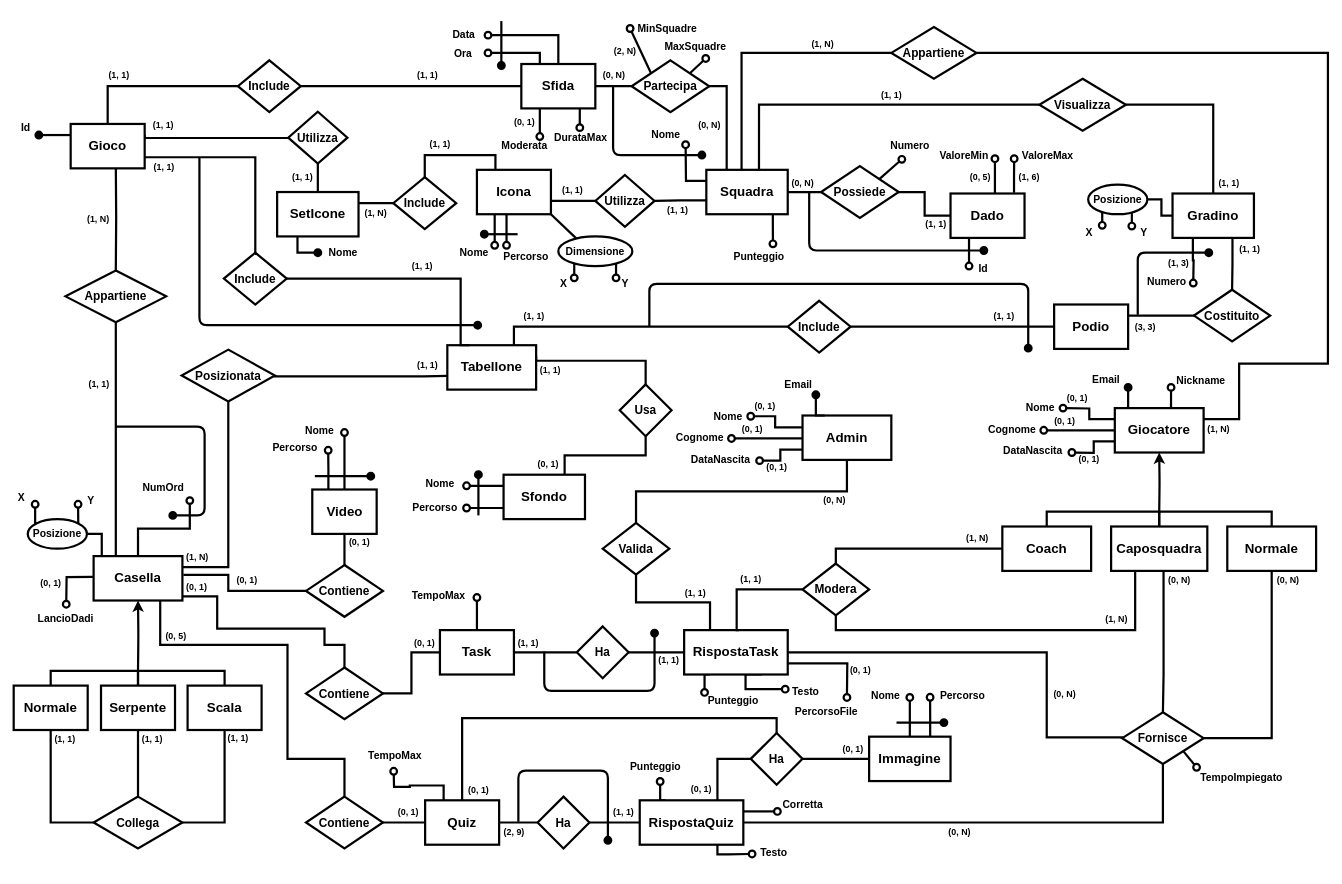
The draw.io diagram Progetto concettuale/Schema ER.drawio in lorenzobilli/BD-project, before the edit. Source tidied: cells renumbered, new cells numbered last; positions are measured from the earlier drawing's top-left corner, leaving out a move shared by most shapes. Both pictures are drawn from the tidied source at 74%, with x=0, y=0 at pixel (13, 20).
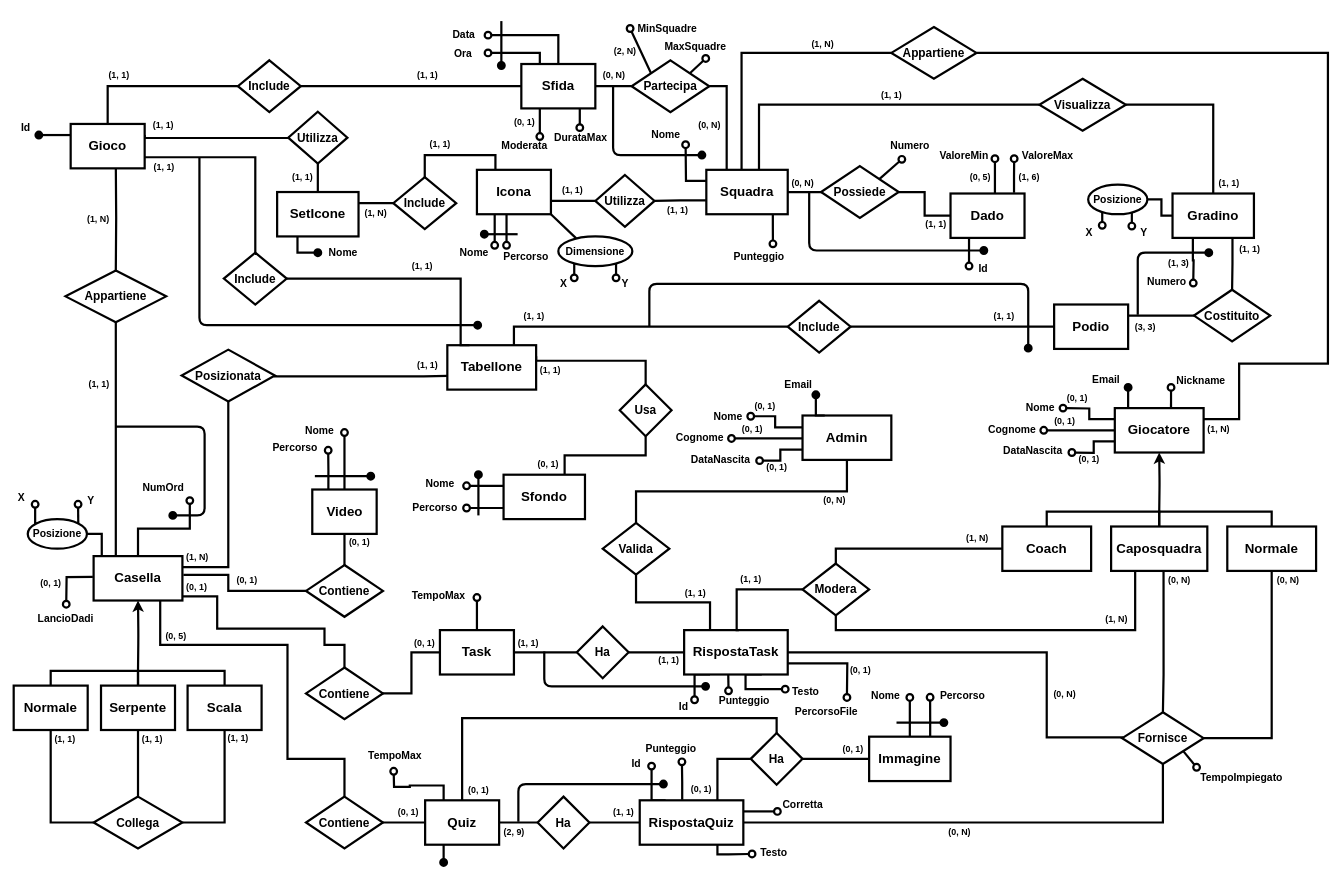
The same page after the edit.

Commit message (it also covers changes not shown here):
Added missing primary keys for "Quiz" and "Task" entities

Unchanged cells that the change refers to:
```xml
<mxCell id="34" value="Quiz" style="rounded=0;whiteSpace=wrap;html=1;strokeWidth=3;fontSize=18;shadow=0;fontStyle=1;" parent="1" vertex="1">
  <mxGeometry x="556" y="1054" width="100" height="60" as="geometry" />
</mxCell>
<mxCell id="49" value="RispostaQuiz" style="rounded=0;whiteSpace=wrap;html=1;strokeWidth=3;fontSize=18;shadow=0;fontStyle=1;" parent="1" vertex="1">
  <mxGeometry x="846" y="1054" width="140" height="60" as="geometry" />
</mxCell>
<mxCell id="108" value="RispostaTask" style="rounded=0;whiteSpace=wrap;html=1;strokeWidth=3;fontSize=18;shadow=0;fontStyle=1;" parent="1" vertex="1">
  <mxGeometry x="906" y="824" width="140" height="60" as="geometry" />
</mxCell>
```

Diff of the diagram source:
```diff
@@
+    <mxCell id="293" style="edgeStyle=orthogonalEdgeStyle;rounded=0;jettySize=auto;html=1;exitX=0.25;exitY=1;exitDx=0;exitDy=0;endArrow=oval;endFill=1;strokeWidth=3;endSize=9;" parent="1" edge="1" source="34">
+      <mxGeometry relative="1" as="geometry">
+        <mxPoint x="581" y="1138" as="targetPoint" />
+      </mxGeometry>
+    </mxCell>
@@
-    <mxCell id="46" style="edgeStyle=orthogonalEdgeStyle;rounded=0;jettySize=auto;html=1;exitX=0.25;exitY=0;exitDx=0;exitDy=0;fontSize=14;startArrow=none;startFill=0;endArrow=oval;endFill=0;startSize=9;endSize=9;strokeWidth=3;" parent="1" edge="1" source="49">
+    <mxCell id="46" style="edgeStyle=orthogonalEdgeStyle;rounded=0;jettySize=auto;html=1;exitX=0.41;exitY=-0.01;exitDx=0;exitDy=0;fontSize=14;startArrow=none;startFill=0;endArrow=oval;endFill=0;startSize=9;endSize=9;strokeWidth=3;exitPerimeter=0;" parent="1" edge="1" source="49">
       <mxGeometry relative="1" as="geometry">
-        <mxPoint x="873.6" y="1028.6" as="targetPoint" />
+        <mxPoint x="903" y="1002" as="targetPoint" />
+        <Array as="points">
+          <mxPoint x="903" y="1029" />
+        </Array>
       </mxGeometry>
     </mxCell>
@@
+    <mxCell id="294" style="edgeStyle=orthogonalEdgeStyle;rounded=0;jettySize=auto;html=1;exitX=0.25;exitY=0;exitDx=0;exitDy=0;endArrow=oval;endFill=0;endSize=9;strokeWidth=3;" parent="1" edge="1" source="49">
+      <mxGeometry relative="1" as="geometry">
+        <mxPoint x="862" y="1007.8" as="targetPoint" />
+        <Array as="points">
+          <mxPoint x="862" y="1054" />
+        </Array>
+      </mxGeometry>
+    </mxCell>
@@
-    <mxCell id="105" style="edgeStyle=orthogonalEdgeStyle;rounded=0;jettySize=auto;html=1;exitX=0.25;exitY=1;exitDx=0;exitDy=0;fontSize=14;startArrow=none;startFill=0;endArrow=oval;endFill=0;startSize=9;endSize=9;strokeWidth=3;" parent="1" edge="1" source="108">
+    <mxCell id="105" style="edgeStyle=orthogonalEdgeStyle;rounded=0;jettySize=auto;html=1;exitX=0.426;exitY=1.008;exitDx=0;exitDy=0;fontSize=14;startArrow=none;startFill=0;endArrow=oval;endFill=0;startSize=9;endSize=9;strokeWidth=3;exitPerimeter=0;" parent="1" edge="1" source="108">
       <mxGeometry relative="1" as="geometry">
-        <mxPoint x="933.6" y="908.2" as="targetPoint" />
+        <mxPoint x="966" y="906" as="targetPoint" />
       </mxGeometry>
     </mxCell>
@@
+    <mxCell id="295" style="edgeStyle=orthogonalEdgeStyle;rounded=0;jettySize=auto;html=1;exitX=0.25;exitY=1;exitDx=0;exitDy=0;endArrow=oval;endFill=0;endSize=9;strokeWidth=3;" parent="1" edge="1" source="108">
+      <mxGeometry relative="1" as="geometry">
+        <mxPoint x="920.1" y="918.1" as="targetPoint" />
+      </mxGeometry>
+    </mxCell>
@@
     <mxCell id="188" style="endArrow=oval;html=1;fontSize=14;startSize=9;endSize=9;strokeWidth=3;edgeStyle=orthogonalEdgeStyle;endFill=1;" parent="1" edge="1">
       <mxGeometry relative="1" as="geometry">
         <mxPoint x="717" y="853" as="sourcePoint" />
-        <mxPoint x="866" y="828" as="targetPoint" />
+        <mxPoint x="935" y="900" as="targetPoint" />
         <Array as="points">
-          <mxPoint x="717" y="906" />
-          <mxPoint x="866" y="906" />
+          <mxPoint x="717" y="900" />
+          <mxPoint x="866" y="900" />
         </Array>
       </mxGeometry>
     </mxCell>
     <mxCell id="189" style="endArrow=oval;html=1;fontSize=14;startSize=9;endSize=9;strokeWidth=3;edgeStyle=orthogonalEdgeStyle;endFill=1;" parent="1" edge="1">
       <mxGeometry relative="1" as="geometry">
         <mxPoint x="682" y="1083" as="sourcePoint" />
-        <mxPoint x="803" y="1108" as="targetPoint" />
+        <mxPoint x="878" y="1032" as="targetPoint" />
         <Array as="points">
-          <mxPoint x="682" y="1014" />
-          <mxPoint x="803" y="1014" />
-          <mxPoint x="803" y="1108" />
+          <mxPoint x="682" y="1032" />
+          <mxPoint x="803" y="1032" />
         </Array>
       </mxGeometry>
     </mxCell>
     <mxCell id="190" value="&lt;b&gt;Punteggio&lt;/b&gt;" style="text;html=1;align=center;verticalAlign=middle;strokeColor=none;fillColor=none;fontSize=14;" parent="1" vertex="1">
-      <mxGeometry x="932" y="909" width="79" height="21" as="geometry" />
+      <mxGeometry x="947.5" y="909" width="79" height="21" as="geometry" />
     </mxCell>
     <mxCell id="191" value="&lt;b&gt;Punteggio&lt;/b&gt;" style="text;html=1;align=center;verticalAlign=middle;strokeColor=none;fillColor=none;fontSize=14;" parent="1" vertex="1">
-      <mxGeometry x="827" y="998" width="79" height="21" as="geometry" />
+      <mxGeometry x="848" y="973.5" width="79" height="21" as="geometry" />
     </mxCell>
@@
+    <mxCell id="296" value="&lt;b&gt;Id&lt;/b&gt;" style="text;html=1;align=center;verticalAlign=middle;strokeColor=none;fillColor=none;fontSize=14;" parent="1" vertex="1">
+      <mxGeometry x="829.5" y="994.5" width="23" height="21" as="geometry" />
+    </mxCell>
+    <mxCell id="297" value="&lt;b&gt;Id&lt;/b&gt;" style="text;html=1;align=center;verticalAlign=middle;strokeColor=none;fillColor=none;fontSize=14;" parent="1" vertex="1">
+      <mxGeometry x="893" y="917" width="23" height="21" as="geometry" />
+    </mxCell>
```
